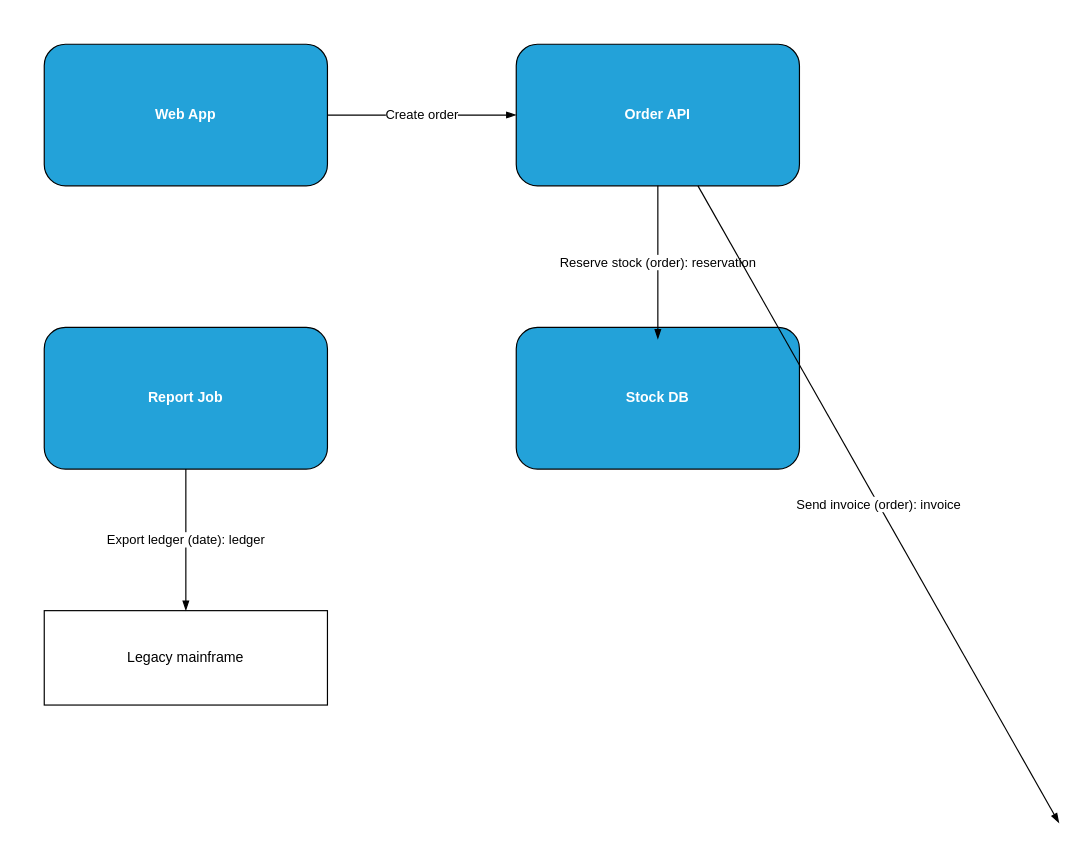
Before: examples/broken.drawio in veritas-sovereign/drawio-structurizr, a draw.io diagram. Source tidied: cells renumbered, new cells numbered last; positions are measured from the earlier drawing's top-left corner, leaving out a move shared by most shapes. Both pictures are drawn from the tidied source at 118%, with x=0, y=0 at pixel (44, 44).
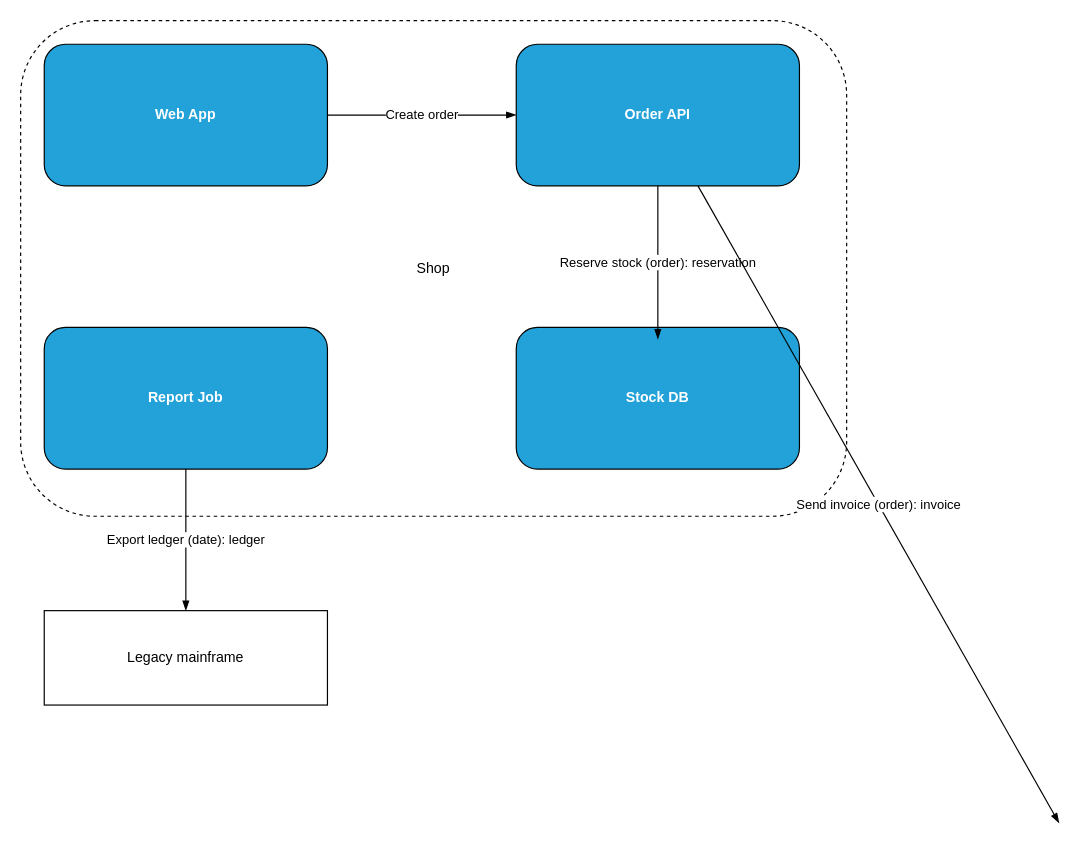
After the change.

What changed in the source:
```diff
@@
 <mxGraphModel>
   <root>
     <mxCell id="0" />
     <mxCell id="1" parent="0" />
+    <object id="11" label="%c4Name%" c4Name="Shop" placeholders="1">
+      <mxCell style="rounded=1;whiteSpace=wrap;html=1;dashed=1;fillColor=none;" parent="1" vertex="1">
+        <mxGeometry x="-20" y="-20" width="700" height="420" as="geometry" />
+      </mxCell>
+    </object>
     <object id="2" label="&lt;b&gt;%c4Name%&lt;/b&gt;" c4Name="Web App" placeholders="1">
       <mxCell style="rounded=1;whiteSpace=wrap;html=1;fillColor=#23A2D9;fontColor=#ffffff;" parent="1" vertex="1">
         <mxGeometry width="240" height="120" as="geometry" />
       </mxCell>
     </object>
     <object id="3" label="&lt;b&gt;%c4Name%&lt;/b&gt;" c4Name="Order API" placeholders="1">
       <mxCell style="rounded=1;whiteSpace=wrap;html=1;fillColor=#23A2D9;fontColor=#ffffff;" parent="1" vertex="1">
         <mxGeometry x="400" width="240" height="120" as="geometry" />
       </mxCell>
     </object>
     <object id="4" label="&lt;b&gt;%c4Name%&lt;/b&gt;" c4Name="Stock DB" placeholders="1">
       <mxCell style="rounded=1;whiteSpace=wrap;html=1;fillColor=#23A2D9;fontColor=#ffffff;" parent="1" vertex="1">
         <mxGeometry x="400" y="240" width="240" height="120" as="geometry" />
       </mxCell>
     </object>
     <object id="5" label="&lt;b&gt;%c4Name%&lt;/b&gt;" c4Name="Report Job" placeholders="1">
       <mxCell style="rounded=1;whiteSpace=wrap;html=1;fillColor=#23A2D9;fontColor=#ffffff;" parent="1" vertex="1">
         <mxGeometry y="240" width="240" height="120" as="geometry" />
       </mxCell>
     </object>
     <object id="6" label="%c4Description%" c4Description="Create order" placeholders="1">
       <mxCell style="endArrow=blockThin;html=1;endFill=1;" parent="1" edge="1" source="2" target="3">
         <mxGeometry relative="1" as="geometry" />
       </mxCell>
     </object>
     <object id="7" label="%c4Description%" c4Description="Reserve stock (order): reservation" placeholders="1">
       <mxCell style="endArrow=blockThin;html=1;endFill=1;" parent="1" edge="1" source="3">
         <mxGeometry relative="1" as="geometry">
           <mxPoint x="520" y="250" as="targetPoint" />
         </mxGeometry>
       </mxCell>
     </object>
     <mxCell id="8" value="Legacy mainframe" style="rounded=0;whiteSpace=wrap;html=1;" parent="1" vertex="1">
       <mxGeometry y="480" width="240" height="80" as="geometry" />
     </mxCell>
     <object id="9" label="%c4Description%" c4Description="Export ledger (date): ledger" placeholders="1">
       <mxCell style="endArrow=blockThin;html=1;endFill=1;" parent="1" edge="1" source="5" target="8">
         <mxGeometry relative="1" as="geometry" />
       </mxCell>
     </object>
     <object id="10" label="%c4Description%" c4Description="Send invoice (order): invoice" placeholders="1">
       <mxCell style="endArrow=blockThin;html=1;endFill=1;" parent="1" edge="1" source="3">
         <mxGeometry relative="1" as="geometry">
           <mxPoint x="860" y="660" as="targetPoint" />
         </mxGeometry>
       </mxCell>
     </object>
   </root>
 </mxGraphModel>
```
